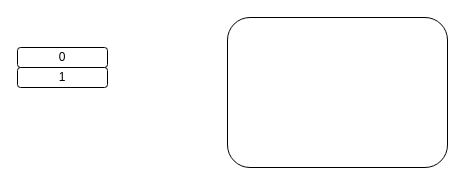
The draw.io diagram 主键索引树.drawio in shenliuming/MySQLUML, before the edit. Source tidied: cells renumbered, new cells numbered last; positions are measured from the earlier drawing's top-left corner, leaving out a move shared by most shapes. Both pictures are drawn from the tidied source at 100%, with x=0, y=0 at pixel (17, 17).
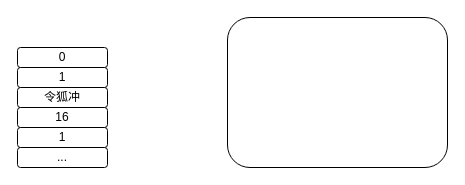
After the change.

Commit message (it also covers changes not shown here):
更新主键索引树.drawio

The edit, as a diff of the source:
```diff
@@
 <mxGraphModel>
   <root>
     <mxCell id="0" />
     <mxCell id="1" parent="0" />
     <mxCell id="2" style="rounded=1;whiteSpace=wrap;html=1;" parent="1" vertex="1">
       <mxGeometry x="210" width="220" height="150" as="geometry" />
     </mxCell>
     <mxCell id="3" value="0" style="rounded=1;whiteSpace=wrap;html=1;" parent="1" vertex="1">
       <mxGeometry y="30" width="90" height="20" as="geometry" />
     </mxCell>
     <mxCell id="4" value="1" style="rounded=1;whiteSpace=wrap;html=1;" parent="1" vertex="1">
       <mxGeometry y="50" width="90" height="20" as="geometry" />
     </mxCell>
+    <mxCell id="5" value="令狐冲" style="rounded=1;whiteSpace=wrap;html=1;" parent="1" vertex="1">
+      <mxGeometry y="70" width="90" height="20" as="geometry" />
+    </mxCell>
+    <mxCell id="6" value="16" style="rounded=1;whiteSpace=wrap;html=1;" parent="1" vertex="1">
+      <mxGeometry y="90" width="90" height="20" as="geometry" />
+    </mxCell>
+    <mxCell id="7" value="1" style="rounded=1;whiteSpace=wrap;html=1;" parent="1" vertex="1">
+      <mxGeometry y="110" width="90" height="20" as="geometry" />
+    </mxCell>
+    <mxCell id="8" value="..." style="rounded=1;whiteSpace=wrap;html=1;" parent="1" vertex="1">
+      <mxGeometry y="130" width="90" height="20" as="geometry" />
+    </mxCell>
   </root>
 </mxGraphModel>
```
